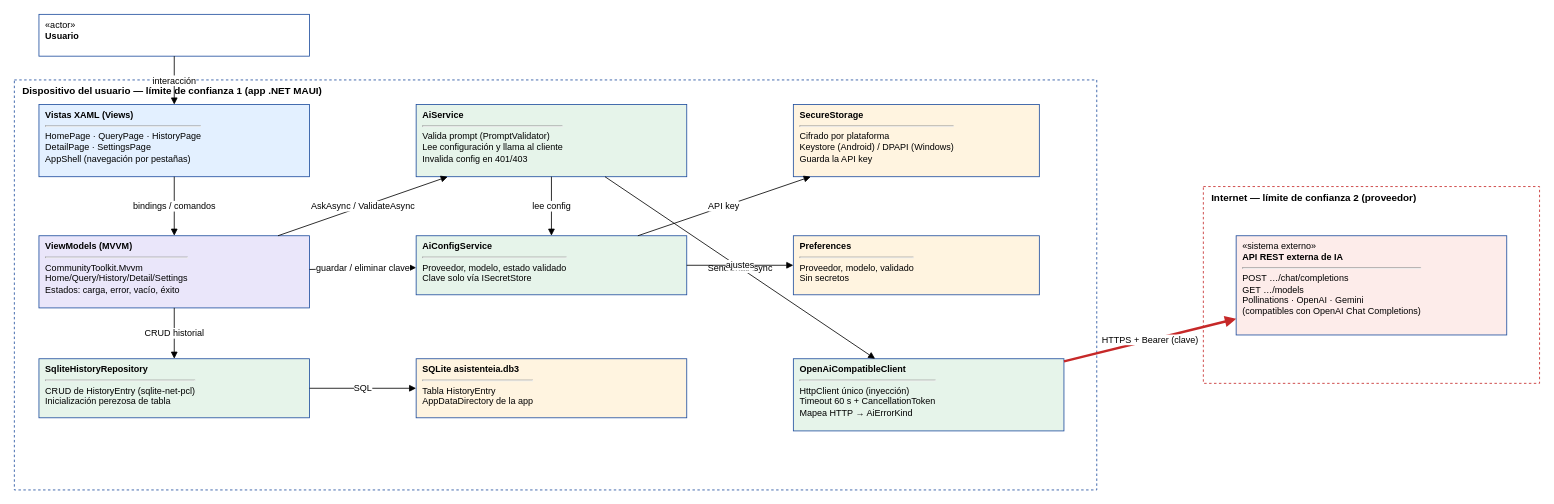
The draw.io diagram docs/DIAGRAMA_ARQUITECTURA.drawio in JuanXD2201/AsistenteIA, before the edit. Source tidied: cells renumbered, new cells numbered last; positions are measured from the earlier drawing's top-left corner, leaving out a move shared by most shapes. Both pictures are drawn from the tidied source at 82%, with x=0, y=0 at pixel (14, 14).
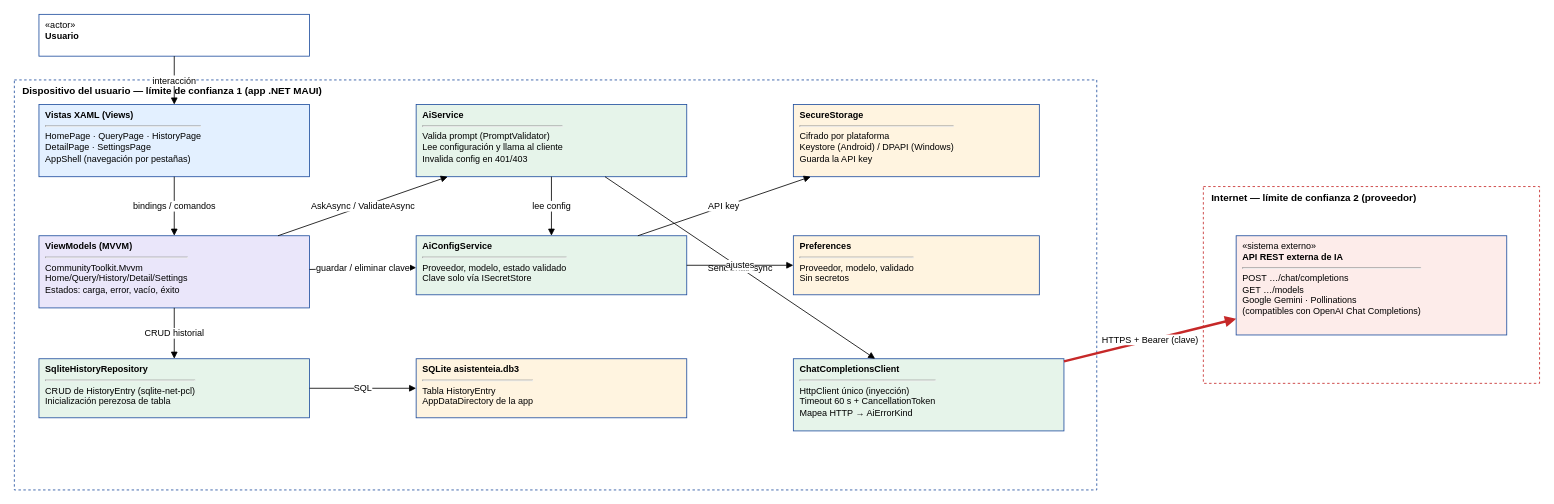
After the change.

Diff of the diagram source:
```diff
@@
-    <mxCell id="8" value="&lt;b&gt;OpenAiCompatibleClient&lt;/b&gt;&lt;hr/&gt;HttpClient único (inyección)&lt;br/&gt;Timeout 60 s + CancellationToken&lt;br/&gt;Mapea HTTP → AiErrorKind" style="rounded=0;whiteSpace=wrap;html=1;align=left;verticalAlign=top;spacingLeft=6;fillColor=#E6F4EA;strokeColor=#1F4E9E;fontSize=11;" parent="1" vertex="1">
+    <mxCell id="8" value="&lt;b&gt;ChatCompletionsClient&lt;/b&gt;&lt;hr/&gt;HttpClient único (inyección)&lt;br/&gt;Timeout 60 s + CancellationToken&lt;br/&gt;Mapea HTTP → AiErrorKind" style="rounded=0;whiteSpace=wrap;html=1;align=left;verticalAlign=top;spacingLeft=6;fillColor=#E6F4EA;strokeColor=#1F4E9E;fontSize=11;" parent="1" vertex="1">
       <mxGeometry x="950" y="420" width="330" height="88" as="geometry" />
     </mxCell>
@@
-    <mxCell id="13" value="«sistema externo»&lt;br/&gt;&lt;b&gt;API REST externa de IA&lt;/b&gt;&lt;hr/&gt;POST …/chat/completions&lt;br/&gt;GET …/models&lt;br/&gt;Pollinations · OpenAI · Gemini&lt;br/&gt;(compatibles con OpenAI Chat Completions)" style="rounded=0;whiteSpace=wrap;html=1;align=left;verticalAlign=top;spacingLeft=6;fillColor=#FDECEA;strokeColor=#1F4E9E;fontSize=11;" parent="1" vertex="1">
+    <mxCell id="13" value="«sistema externo»&lt;br/&gt;&lt;b&gt;API REST externa de IA&lt;/b&gt;&lt;hr/&gt;POST …/chat/completions&lt;br/&gt;GET …/models&lt;br/&gt;Google Gemini · Pollinations&lt;br/&gt;(compatibles con OpenAI Chat Completions)" style="rounded=0;whiteSpace=wrap;html=1;align=left;verticalAlign=top;spacingLeft=6;fillColor=#FDECEA;strokeColor=#1F4E9E;fontSize=11;" parent="1" vertex="1">
       <mxGeometry x="1490" y="270" width="330" height="121" as="geometry" />
     </mxCell>
```
